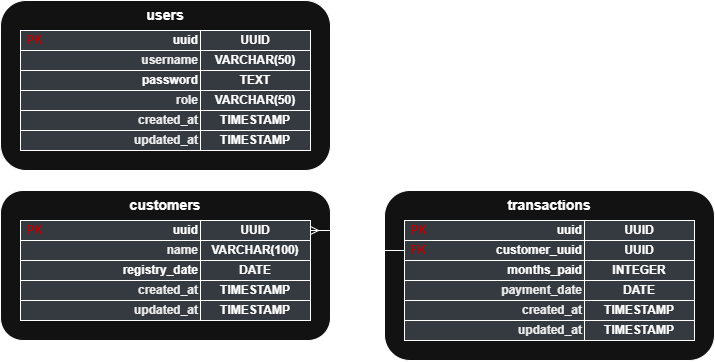
This is backend/monthlyPaymentsERD.png from TeshiKTB/monthly-payments, a draw.io export, as it was before one commit. Source tidied: cells renumbered, new cells last; positions are measured from the earlier drawing's top-left corner, leaving out a move shared by most shapes.
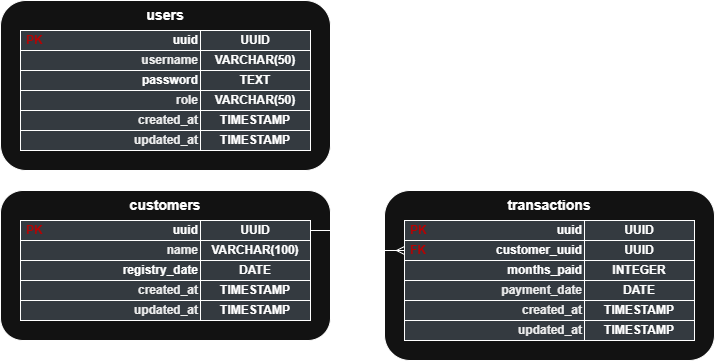
After the commit.

Commit message:
fix: ERD tables relation

Change to the diagram source:
```diff
@@ -107,7 +107,7 @@
     <mxCell id="36" value="TIMESTAMP" style="rounded=0;whiteSpace=wrap;html=1;align=center;fontStyle=1;fillColor=light-dark(#FFFFFF,#343A40);" parent="1" vertex="1">
       <mxGeometry x="584" y="320" width="110" height="20" as="geometry" />
     </mxCell>
-    <mxCell id="37" style="edgeStyle=entityRelationEdgeStyle;fontSize=12;html=1;endArrow=ERmany;rounded=0;" parent="1" edge="1" source="29" target="13">
+    <mxCell id="37" style="edgeStyle=entityRelationEdgeStyle;fontSize=12;html=1;endArrow=ERmany;rounded=0;" parent="1" edge="1" source="13" target="29">
       <mxGeometry relative="1" as="geometry" />
     </mxCell>
     <mxCell id="38" value="&lt;font color=&quot;rgba(0, 0, 0, 0)&quot;&gt;payment_date&lt;/font&gt;" style="rounded=0;whiteSpace=wrap;html=1;align=right;fontStyle=1;fillColor=light-dark(#FFFFFF,#343A40);" parent="1" vertex="1">
```
